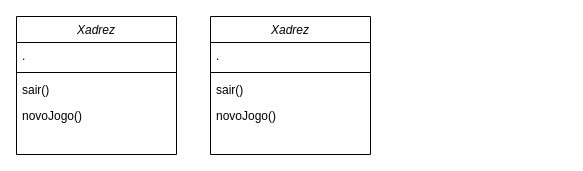
The draw.io diagram Diagrama sem nome.drawio in GameJog/GameJog, before the edit. Source tidied: cells renumbered, new cells numbered last; positions are measured from the earlier drawing's top-left corner, leaving out a move shared by most shapes. Both pictures are drawn from the tidied source at 100%, with x=0, y=0 at pixel (16, 16).
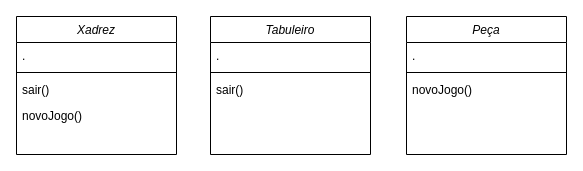
Above is the later version.

The edit, as a diff of the source:
```diff
@@
 <mxGraphModel>
   <root>
     <mxCell id="0" />
     <mxCell id="1" parent="0" />
     <mxCell id="2" value="Xadrez" style="swimlane;fontStyle=2;align=center;verticalAlign=top;horizontal=1;startSize=26;rounded=0;shadow=0;strokeWidth=1;" parent="1" vertex="1">
       <mxGeometry width="160" height="138" as="geometry" />
     </mxCell>
     <mxCell id="3" value="." style="text;align=left;verticalAlign=top;spacingLeft=4;spacingRight=4;overflow=hidden;" parent="2" vertex="1">
       <mxGeometry y="26" width="160" height="26" as="geometry" />
     </mxCell>
     <mxCell id="4" style="line;html=1;strokeWidth=1;align=left;verticalAlign=middle;spacingTop=-1;spacingLeft=3;spacingRight=3;labelPosition=right;" parent="2" vertex="1">
       <mxGeometry y="52" width="160" height="8" as="geometry" />
     </mxCell>
     <mxCell id="5" value="sair()&#10;" style="text;align=left;verticalAlign=top;spacingLeft=4;spacingRight=4;overflow=hidden;" parent="2" vertex="1">
       <mxGeometry y="60" width="160" height="26" as="geometry" />
     </mxCell>
     <mxCell id="6" value="novoJogo()" style="text;align=left;verticalAlign=top;spacingLeft=4;spacingRight=4;overflow=hidden;" parent="2" vertex="1">
       <mxGeometry y="86" width="160" height="26" as="geometry" />
     </mxCell>
-    <mxCell id="7" value="Xadrez" style="swimlane;fontStyle=2;align=center;verticalAlign=top;horizontal=1;startSize=26;rounded=0;shadow=0;strokeWidth=1;" parent="1" vertex="1">
+    <mxCell id="7" value="Tabuleiro" style="swimlane;fontStyle=2;align=center;verticalAlign=top;horizontal=1;startSize=26;rounded=0;shadow=0;strokeWidth=1;" parent="1" vertex="1">
       <mxGeometry x="194" width="160" height="138" as="geometry" />
     </mxCell>
     <mxCell id="8" value="." style="text;align=left;verticalAlign=top;spacingLeft=4;spacingRight=4;overflow=hidden;" parent="7" vertex="1">
       <mxGeometry y="26" width="160" height="26" as="geometry" />
     </mxCell>
     <mxCell id="9" style="line;html=1;strokeWidth=1;align=left;verticalAlign=middle;spacingTop=-1;spacingLeft=3;spacingRight=3;labelPosition=right;" parent="7" vertex="1">
       <mxGeometry y="52" width="160" height="8" as="geometry" />
     </mxCell>
     <mxCell id="10" value="sair()&#10;" style="text;align=left;verticalAlign=top;spacingLeft=4;spacingRight=4;overflow=hidden;" parent="7" vertex="1">
       <mxGeometry y="60" width="160" height="26" as="geometry" />
     </mxCell>
+    <mxCell id="12" value="Peça" style="swimlane;fontStyle=2;align=center;verticalAlign=top;horizontal=1;startSize=26;rounded=0;shadow=0;strokeWidth=1;" parent="1" vertex="1">
+      <mxGeometry x="390" width="160" height="138" as="geometry" />
+    </mxCell>
+    <mxCell id="13" value="." style="text;align=left;verticalAlign=top;spacingLeft=4;spacingRight=4;overflow=hidden;" parent="12" vertex="1">
+      <mxGeometry y="26" width="160" height="26" as="geometry" />
+    </mxCell>
+    <mxCell id="14" style="line;html=1;strokeWidth=1;align=left;verticalAlign=middle;spacingTop=-1;spacingLeft=3;spacingRight=3;labelPosition=right;" parent="12" vertex="1">
+      <mxGeometry y="52" width="160" height="8" as="geometry" />
+    </mxCell>
-    <mxCell id="11" value="novoJogo()" style="text;align=left;verticalAlign=top;spacingLeft=4;spacingRight=4;overflow=hidden;" parent="7" vertex="1">
-      <mxGeometry y="86" width="160" height="26" as="geometry" />
+    <mxCell id="11" value="novoJogo()" style="text;align=left;verticalAlign=top;spacingLeft=4;spacingRight=4;overflow=hidden;" parent="12" vertex="1">
+      <mxGeometry y="60" width="160" height="26" as="geometry" />
     </mxCell>
   </root>
 </mxGraphModel>
```
